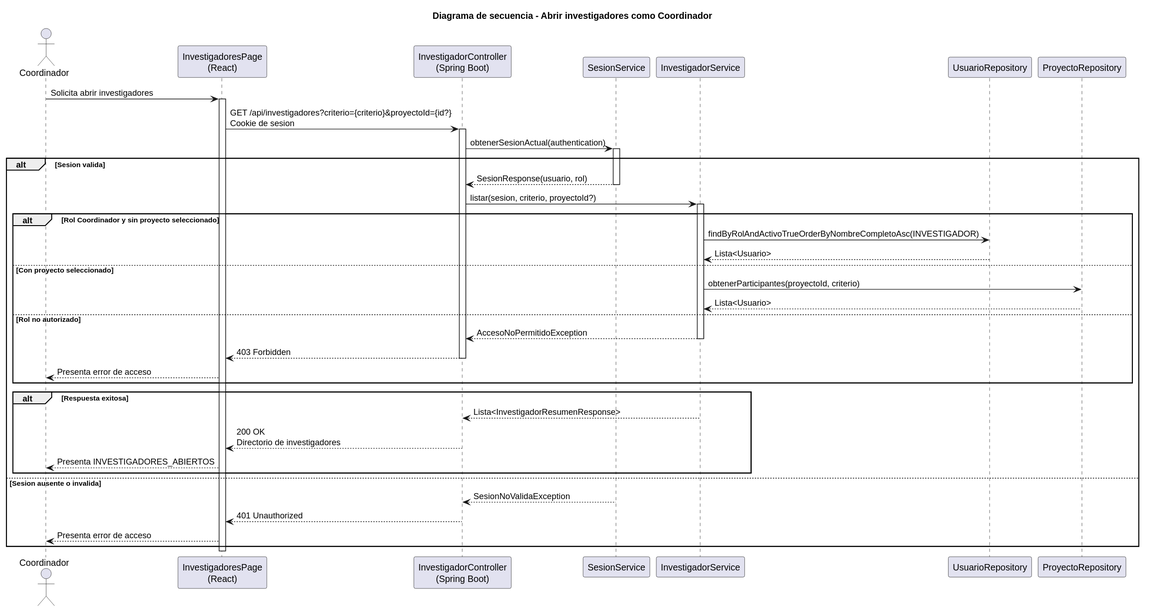
beatriizorozco/25-26-idsw2-sdVC keeps this PlantUML diagram as images/RUP/02-diseño/casos-uso/coordinador/abrirInvestigadores/secuencia.svg. Above is the earlier version.
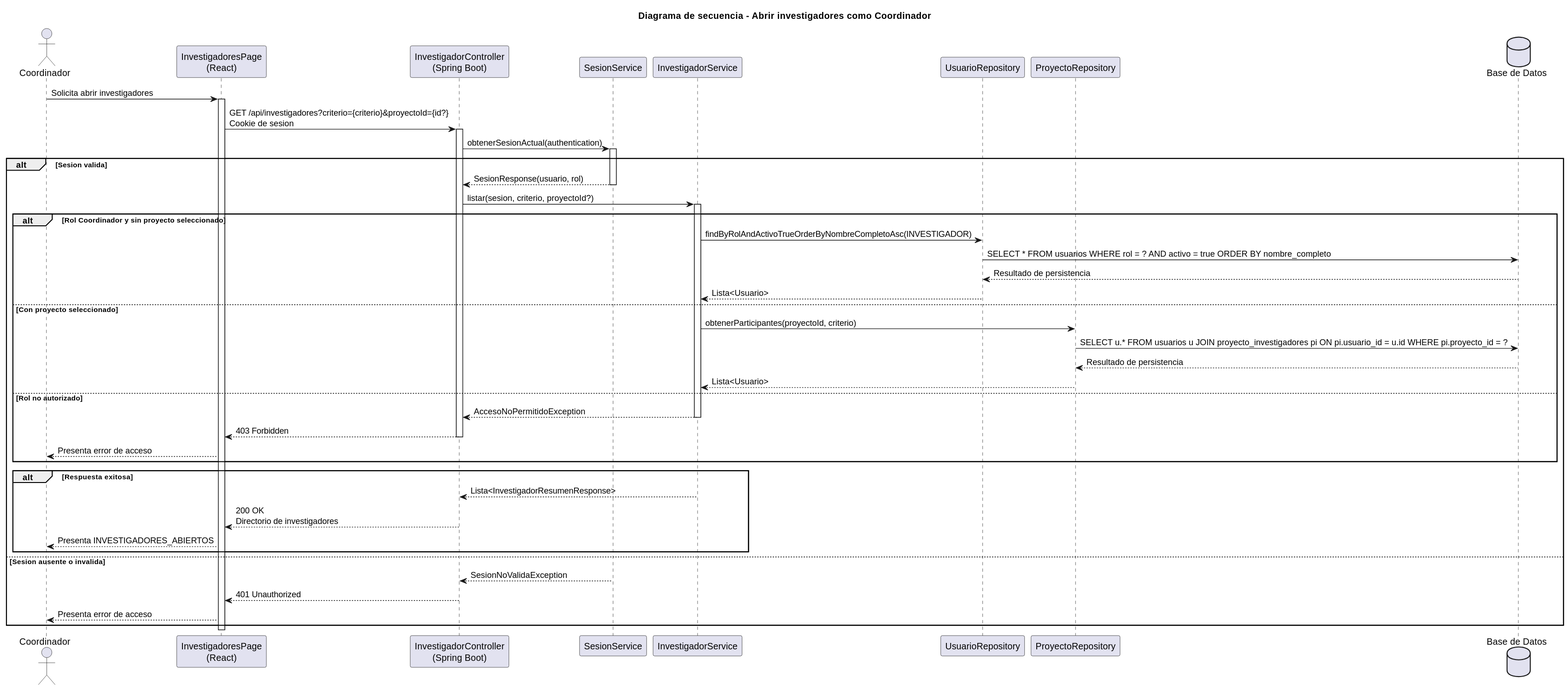
The same diagram one commit later.

Diff of the diagram source:
```diff
@@ -8,6 +8,7 @@
 participant "InvestigadorService" as Service
 participant "UsuarioRepository" as UsuarioRepo
 participant "ProyectoRepository" as ProyectoRepo
+database "Base de Datos" as DB
 
 Coordinador -> Frontend: Solicita abrir investigadores
 activate Frontend
@@ -22,9 +23,13 @@
     activate Service
     alt Rol Coordinador y sin proyecto seleccionado
         Service -> UsuarioRepo: findByRolAndActivoTrueOrderByNombreCompletoAsc(INVESTIGADOR)
+        UsuarioRepo -> DB: SELECT * FROM usuarios WHERE rol = ? AND activo = true ORDER BY nombre_completo
+        DB --> UsuarioRepo: Resultado de persistencia
         UsuarioRepo --> Service: Lista<Usuario>
     else Con proyecto seleccionado
         Service -> ProyectoRepo: obtenerParticipantes(proyectoId, criterio)
+        ProyectoRepo -> DB: SELECT u.* FROM usuarios u JOIN proyecto_investigadores pi ON pi.usuario_id = u.id WHERE pi.proyecto_id = ?
+        DB --> ProyectoRepo: Resultado de persistencia
         ProyectoRepo --> Service: Lista<Usuario>
     else Rol no autorizado
         Service --> Api: AccesoNoPermitidoException
```
